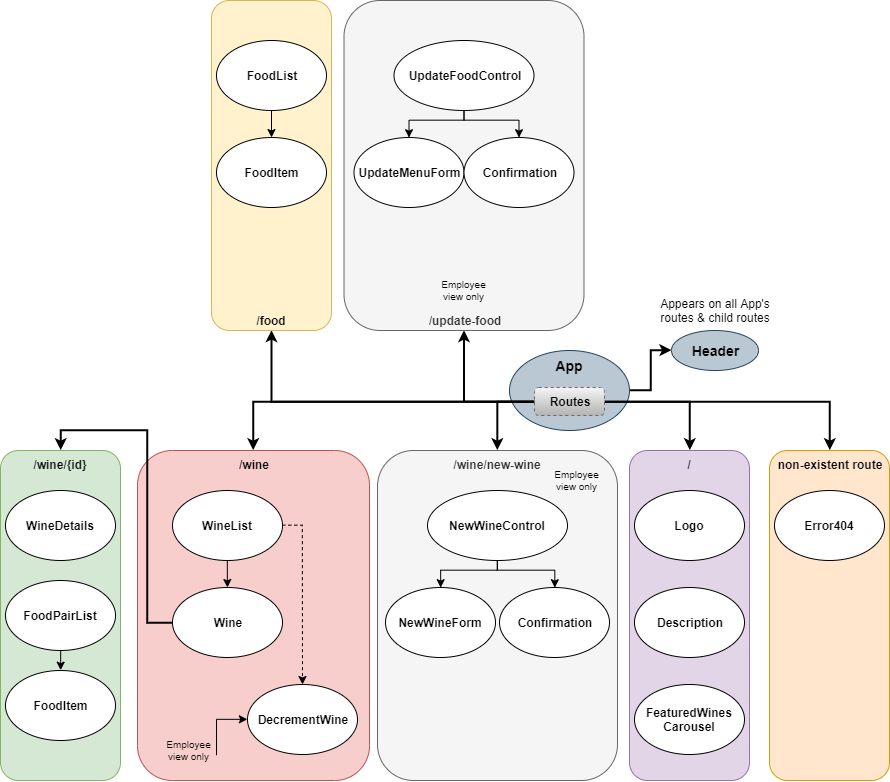
Before: src/assets/references/Why-Not-Wine_Route-Structure.png, a diagram exported from draw.io (christinelfrank16/why-not-wine). Source tidied: cells renumbered, new cells last; positions are measured from the earlier drawing's top-left corner, leaving out a move shared by most shapes.
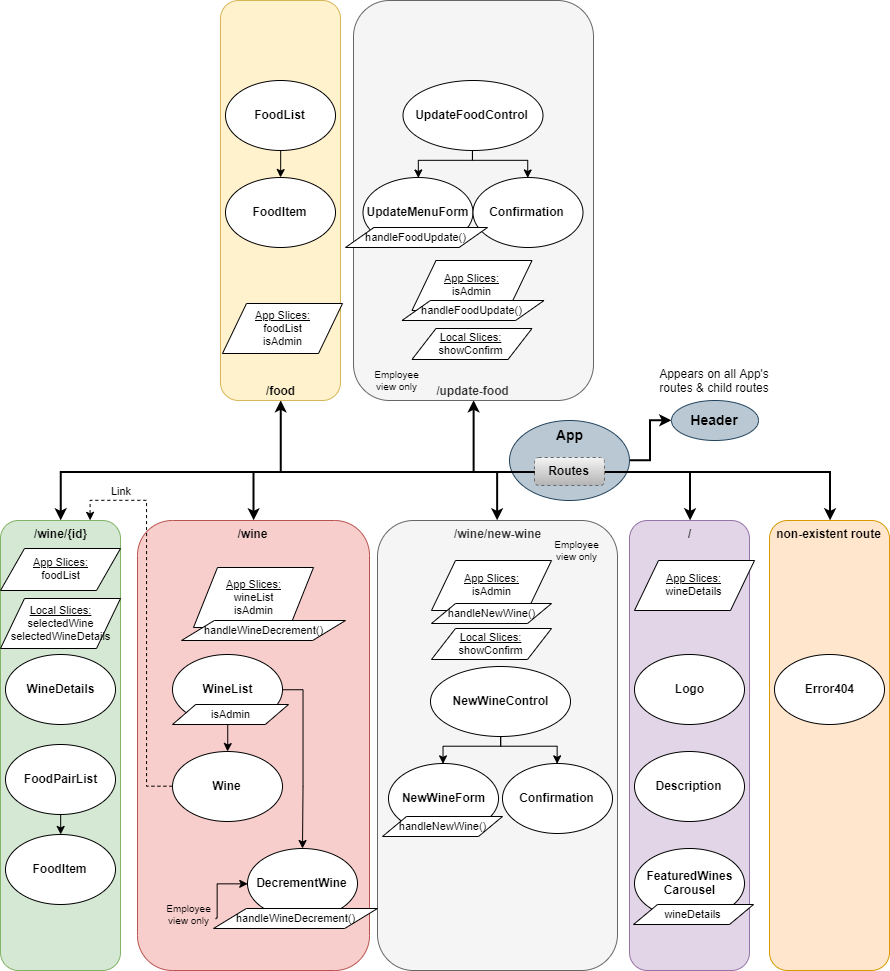
Later version of the same file.

Commit message:
Add indicators where state slices will be used in route structure image. Remove unnecessary selectedwineid prop from data structure img.

Change to the diagram source:
```diff
@@ -30,126 +30,127 @@
       <mxGeometry x="534" y="387" width="70" height="28" as="geometry" />
     </mxCell>
     <mxCell id="11" value="/wine" style="rounded=1;whiteSpace=wrap;html=1;fontStyle=1;verticalAlign=top;fillColor=#f8cecc;strokeColor=#b85450;" parent="1" vertex="1">
-      <mxGeometry x="137" y="450" width="232" height="330" as="geometry" />
+      <mxGeometry x="137" y="450" width="232" height="450" as="geometry" />
     </mxCell>
     <mxCell id="12" value="/wine/new-wine" style="rounded=1;whiteSpace=wrap;html=1;fontStyle=1;verticalAlign=top;fillColor=#f5f5f5;strokeColor=#666666;fontColor=#333333;" parent="1" vertex="1">
-      <mxGeometry x="377" y="450" width="240" height="330" as="geometry" />
+      <mxGeometry x="377" y="450" width="240" height="450" as="geometry" />
     </mxCell>
     <mxCell id="13" value="/food" style="rounded=1;whiteSpace=wrap;html=1;fontStyle=1;verticalAlign=bottom;fillColor=#fff2cc;strokeColor=#d6b656;" parent="1" vertex="1">
-      <mxGeometry x="211" width="120" height="330" as="geometry" />
+      <mxGeometry x="220" y="-70" width="120" height="400" as="geometry" />
     </mxCell>
     <mxCell id="14" value="non-existent route" style="rounded=1;whiteSpace=wrap;html=1;verticalAlign=top;fontStyle=1;labelBackgroundColor=#FFE6CC;fillColor=#ffe6cc;strokeColor=#d79b00;" parent="1" vertex="1">
-      <mxGeometry x="769" y="450" width="120" height="330" as="geometry" />
+      <mxGeometry x="769" y="450" width="120" height="450" as="geometry" />
     </mxCell>
     <mxCell id="15" value="Error404" style="ellipse;whiteSpace=wrap;html=1;fontStyle=1;" parent="1" vertex="1">
-      <mxGeometry x="774" y="490" width="110" height="70" as="geometry" />
+      <mxGeometry x="774" y="584" width="110" height="70" as="geometry" />
     </mxCell>
     <mxCell id="16" value="/" style="rounded=1;whiteSpace=wrap;html=1;fontStyle=1;verticalAlign=top;fillColor=#e1d5e7;strokeColor=#9673a6;" parent="1" vertex="1">
-      <mxGeometry x="629" y="450" width="120" height="330" as="geometry" />
+      <mxGeometry x="629" y="450" width="120" height="450" as="geometry" />
     </mxCell>
     <mxCell id="17" style="edgeStyle=orthogonalEdgeStyle;rounded=0;jettySize=auto;html=1;exitX=0.5;exitY=1;exitDx=0;exitDy=0;" parent="1" edge="1" source="19" target="21">
       <mxGeometry relative="1" as="geometry" />
     </mxCell>
-    <mxCell id="18" style="edgeStyle=orthogonalEdgeStyle;rounded=0;jettySize=auto;html=1;exitX=1;exitY=0.5;exitDx=0;exitDy=0;strokeWidth=1;fontSize=12;dashed=1;" parent="1" edge="1" source="19" target="45">
+    <mxCell id="18" style="edgeStyle=orthogonalEdgeStyle;rounded=0;jettySize=auto;html=1;exitX=1;exitY=0.5;exitDx=0;exitDy=0;strokeWidth=1;fontSize=12;" parent="1" edge="1" source="19" target="45">
       <mxGeometry relative="1" as="geometry" />
     </mxCell>
     <mxCell id="19" value="WineList" style="ellipse;whiteSpace=wrap;html=1;fontStyle=1;" parent="1" vertex="1">
-      <mxGeometry x="172" y="490" width="110" height="70" as="geometry" />
+      <mxGeometry x="172" y="584" width="110" height="70" as="geometry" />
     </mxCell>
-    <mxCell id="20" style="edgeStyle=orthogonalEdgeStyle;rounded=0;jettySize=auto;html=1;exitX=0;exitY=0.5;exitDx=0;exitDy=0;entryX=0.5;entryY=0;entryDx=0;entryDy=0;fontSize=12;strokeWidth=2;" parent="1" edge="1" source="21" target="22">
+    <mxCell id="20" style="edgeStyle=orthogonalEdgeStyle;rounded=0;jettySize=auto;html=1;exitX=0;exitY=0.5;exitDx=0;exitDy=0;entryX=0.5;entryY=0;entryDx=0;entryDy=0;fontSize=12;strokeWidth=2;" parent="1" edge="1" source="10" target="22">
       <mxGeometry relative="1" as="geometry">
         <Array as="points">
-          <mxPoint x="147" y="622" />
-          <mxPoint x="147" y="430" />
-          <mxPoint x="60" y="430" />
+          <mxPoint x="60" y="402" />
         </Array>
       </mxGeometry>
     </mxCell>
+    <mxCell id="51" style="edgeStyle=orthogonalEdgeStyle;rounded=0;jettySize=auto;html=1;exitX=0;exitY=0.5;exitDx=0;exitDy=0;entryX=0.75;entryY=0;entryDx=0;entryDy=0;fontSize=11;dashed=1;" parent="1" edge="1" source="21" target="22">
+      <mxGeometry relative="1" as="geometry" />
+    </mxCell>
     <mxCell id="21" value="Wine" style="ellipse;whiteSpace=wrap;html=1;fontStyle=1;" parent="1" vertex="1">
-      <mxGeometry x="172" y="587" width="110" height="70" as="geometry" />
+      <mxGeometry x="172" y="681" width="110" height="70" as="geometry" />
     </mxCell>
     <mxCell id="22" value="/wine/{id}" style="rounded=1;whiteSpace=wrap;html=1;fontStyle=1;verticalAlign=top;fillColor=#d5e8d4;strokeColor=#82b366;" parent="1" vertex="1">
-      <mxGeometry y="450" width="120" height="330" as="geometry" />
+      <mxGeometry y="450" width="120" height="450" as="geometry" />
     </mxCell>
     <mxCell id="23" value="WineDetails" style="ellipse;whiteSpace=wrap;html=1;fontStyle=1;" parent="1" vertex="1">
-      <mxGeometry x="5" y="490" width="110" height="70" as="geometry" />
+      <mxGeometry x="5" y="584" width="110" height="70" as="geometry" />
     </mxCell>
     <mxCell id="24" style="edgeStyle=orthogonalEdgeStyle;rounded=0;jettySize=auto;html=1;exitX=0.5;exitY=1;exitDx=0;exitDy=0;entryX=0.5;entryY=0;entryDx=0;entryDy=0;" parent="1" edge="1" source="25" target="26">
       <mxGeometry relative="1" as="geometry" />
     </mxCell>
     <mxCell id="25" value="FoodPairList" style="ellipse;whiteSpace=wrap;html=1;fontStyle=1;" parent="1" vertex="1">
-      <mxGeometry x="5" y="580" width="110" height="70" as="geometry" />
+      <mxGeometry x="5" y="674" width="110" height="70" as="geometry" />
     </mxCell>
     <mxCell id="26" value="FoodItem" style="ellipse;whiteSpace=wrap;html=1;fontStyle=1;" parent="1" vertex="1">
-      <mxGeometry x="5" y="670" width="110" height="70" as="geometry" />
+      <mxGeometry x="5" y="764" width="110" height="70" as="geometry" />
     </mxCell>
     <mxCell id="27" style="edgeStyle=orthogonalEdgeStyle;rounded=0;jettySize=auto;html=1;exitX=0.5;exitY=1;exitDx=0;exitDy=0;entryX=0.5;entryY=0;entryDx=0;entryDy=0;" parent="1" edge="1" source="29" target="30">
       <mxGeometry relative="1" as="geometry">
         <Array as="points">
-          <mxPoint x="497" y="570" />
-          <mxPoint x="440" y="570" />
+          <mxPoint x="500" y="676" />
+          <mxPoint x="443" y="676" />
         </Array>
       </mxGeometry>
     </mxCell>
     <mxCell id="28" style="edgeStyle=orthogonalEdgeStyle;rounded=0;jettySize=auto;html=1;exitX=0.5;exitY=1;exitDx=0;exitDy=0;entryX=0.5;entryY=0;entryDx=0;entryDy=0;" parent="1" edge="1" source="29" target="31">
       <mxGeometry relative="1" as="geometry">
         <Array as="points">
-          <mxPoint x="497" y="570" />
-          <mxPoint x="554" y="570" />
+          <mxPoint x="500" y="676" />
+          <mxPoint x="557" y="676" />
         </Array>
       </mxGeometry>
     </mxCell>
     <mxCell id="29" value="NewWineControl" style="ellipse;whiteSpace=wrap;html=1;fontStyle=1;" parent="1" vertex="1">
-      <mxGeometry x="427" y="490" width="140" height="70" as="geometry" />
+      <mxGeometry x="430" y="596" width="140" height="70" as="geometry" />
     </mxCell>
     <mxCell id="30" value="NewWineForm" style="ellipse;whiteSpace=wrap;html=1;fontStyle=1;" parent="1" vertex="1">
-      <mxGeometry x="385" y="587" width="110" height="70" as="geometry" />
+      <mxGeometry x="388" y="693" width="110" height="70" as="geometry" />
     </mxCell>
     <mxCell id="31" value="Confirmation" style="ellipse;whiteSpace=wrap;html=1;fontStyle=1;" parent="1" vertex="1">
-      <mxGeometry x="499" y="587" width="110" height="70" as="geometry" />
+      <mxGeometry x="502" y="693" width="110" height="70" as="geometry" />
     </mxCell>
     <mxCell id="32" style="edgeStyle=orthogonalEdgeStyle;rounded=0;jettySize=auto;html=1;exitX=0.5;exitY=1;exitDx=0;exitDy=0;" parent="1" edge="1" source="33" target="34">
       <mxGeometry relative="1" as="geometry" />
     </mxCell>
     <mxCell id="33" value="FoodList" style="ellipse;whiteSpace=wrap;html=1;fontStyle=1;" parent="1" vertex="1">
-      <mxGeometry x="216" y="40" width="110" height="70" as="geometry" />
+      <mxGeometry x="225" y="10" width="110" height="70" as="geometry" />
     </mxCell>
     <mxCell id="34" value="FoodItem" style="ellipse;whiteSpace=wrap;html=1;fontStyle=1;" parent="1" vertex="1">
-      <mxGeometry x="216" y="137" width="110" height="70" as="geometry" />
+      <mxGeometry x="225" y="107" width="110" height="70" as="geometry" />
     </mxCell>
     <mxCell id="35" value="Description" style="ellipse;whiteSpace=wrap;html=1;fontStyle=1;" parent="1" vertex="1">
-      <mxGeometry x="634" y="587" width="110" height="70" as="geometry" />
+      <mxGeometry x="634" y="681" width="110" height="70" as="geometry" />
     </mxCell>
     <mxCell id="36" value="/update-food" style="rounded=1;whiteSpace=wrap;html=1;fontStyle=1;verticalAlign=bottom;fillColor=#f5f5f5;strokeColor=#666666;fontColor=#333333;" parent="1" vertex="1">
-      <mxGeometry x="343.5" width="240" height="330" as="geometry" />
+      <mxGeometry x="353" y="-70" width="240" height="400" as="geometry" />
     </mxCell>
     <mxCell id="37" style="edgeStyle=orthogonalEdgeStyle;rounded=0;jettySize=auto;html=1;exitX=0.5;exitY=1;exitDx=0;exitDy=0;entryX=0.5;entryY=0;entryDx=0;entryDy=0;" parent="1" edge="1" source="39" target="40">
       <mxGeometry relative="1" as="geometry">
         <Array as="points">
-          <mxPoint x="463.5" y="120" />
-          <mxPoint x="408.5" y="120" />
+          <mxPoint x="472.5" y="90" />
+          <mxPoint x="417.5" y="90" />
         </Array>
       </mxGeometry>
     </mxCell>
     <mxCell id="38" style="edgeStyle=orthogonalEdgeStyle;rounded=0;jettySize=auto;html=1;exitX=0.5;exitY=1;exitDx=0;exitDy=0;entryX=0.5;entryY=0;entryDx=0;entryDy=0;" parent="1" edge="1" source="39" target="41">
       <mxGeometry relative="1" as="geometry">
         <Array as="points">
-          <mxPoint x="463.5" y="120" />
-          <mxPoint x="518.5" y="120" />
+          <mxPoint x="472.5" y="90" />
+          <mxPoint x="527.5" y="90" />
         </Array>
       </mxGeometry>
     </mxCell>
     <mxCell id="39" value="UpdateFoodControl" style="ellipse;whiteSpace=wrap;html=1;fontStyle=1;" parent="1" vertex="1">
-      <mxGeometry x="393.5" y="40" width="140" height="70" as="geometry" />
+      <mxGeometry x="402.5" y="10" width="140" height="70" as="geometry" />
     </mxCell>
     <mxCell id="40" value="UpdateMenuForm" style="ellipse;whiteSpace=wrap;html=1;fontStyle=1;" parent="1" vertex="1">
-      <mxGeometry x="353.5" y="137" width="110" height="70" as="geometry" />
+      <mxGeometry x="362.5" y="107" width="110" height="70" as="geometry" />
     </mxCell>
     <mxCell id="41" value="Confirmation" style="ellipse;whiteSpace=wrap;html=1;fontStyle=1;" parent="1" vertex="1">
-      <mxGeometry x="463.5" y="137" width="110" height="70" as="geometry" />
+      <mxGeometry x="472.5" y="107" width="110" height="70" as="geometry" />
     </mxCell>
     <mxCell id="42" value="Logo" style="ellipse;whiteSpace=wrap;html=1;fontStyle=1;" parent="1" vertex="1">
-      <mxGeometry x="634" y="490" width="110" height="70" as="geometry" />
+      <mxGeometry x="634" y="584" width="110" height="70" as="geometry" />
     </mxCell>
     <mxCell id="43" value="Header" style="ellipse;whiteSpace=wrap;html=1;fontStyle=1;verticalAlign=middle;fontSize=14;fillColor=#bac8d3;strokeColor=#23445d;" parent="1" vertex="1">
       <mxGeometry x="671" y="330" width="87" height="40" as="geometry" />
@@ -158,27 +159,81 @@
       <mxGeometry x="658.5" y="300" width="112" height="20" as="geometry" />
     </mxCell>
     <mxCell id="45" value="DecrementWine" style="ellipse;whiteSpace=wrap;html=1;fontStyle=1;" parent="1" vertex="1">
-      <mxGeometry x="247" y="684" width="110" height="70" as="geometry" />
+      <mxGeometry x="247" y="778" width="110" height="70" as="geometry" />
     </mxCell>
     <mxCell id="46" style="edgeStyle=orthogonalEdgeStyle;rounded=0;jettySize=auto;html=1;exitX=1;exitY=0.75;exitDx=0;exitDy=0;entryX=0;entryY=0.5;entryDx=0;entryDy=0;fontSize=10;" parent="1" edge="1" source="47" target="45">
       <mxGeometry relative="1" as="geometry">
         <Array as="points">
-          <mxPoint x="217" y="754" />
-          <mxPoint x="217" y="719" />
+          <mxPoint x="217" y="848" />
+          <mxPoint x="217" y="813" />
         </Array>
       </mxGeometry>
     </mxCell>
     <mxCell id="47" value="Employee view only" style="text;html=1;strokeColor=none;fillColor=none;align=center;verticalAlign=middle;whiteSpace=wrap;rounded=0;fontSize=10;" parent="1" vertex="1">
-      <mxGeometry x="161" y="740" width="55" height="20" as="geometry" />
+      <mxGeometry x="161" y="834" width="55" height="20" as="geometry" />
     </mxCell>
     <mxCell id="48" value="Employee view only" style="text;html=1;strokeColor=none;fillColor=none;align=center;verticalAlign=middle;whiteSpace=wrap;rounded=0;fontSize=10;" parent="1" vertex="1">
-      <mxGeometry x="436" y="280" width="55" height="20" as="geometry" />
+      <mxGeometry x="369" y="300" width="55" height="20" as="geometry" />
     </mxCell>
     <mxCell id="49" value="Employee view only" style="text;html=1;strokeColor=none;fillColor=none;align=center;verticalAlign=middle;whiteSpace=wrap;rounded=0;fontSize=10;" parent="1" vertex="1">
       <mxGeometry x="549" y="470" width="55" height="20" as="geometry" />
     </mxCell>
     <mxCell id="50" value="FeaturedWines&lt;br&gt;Carousel" style="ellipse;whiteSpace=wrap;html=1;fontStyle=1;" parent="1" vertex="1">
-      <mxGeometry x="634" y="684" width="110" height="70" as="geometry" />
+      <mxGeometry x="634" y="778" width="110" height="70" as="geometry" />
     </mxCell>
+    <mxCell id="52" value="&lt;u&gt;Local Slices:&lt;/u&gt;&lt;br&gt;selectedWine&lt;br&gt;selectedWineDetails" style="shape=parallelogram;perimeter=parallelogramPerimeter;whiteSpace=wrap;html=1;fontSize=11;" parent="1" vertex="1">
+      <mxGeometry y="528" width="120" height="50" as="geometry" />
+    </mxCell>
+    <mxCell id="53" value="&lt;u&gt;App Slices:&lt;br&gt;&lt;/u&gt;wineList&lt;br&gt;isAdmin" style="shape=parallelogram;perimeter=parallelogramPerimeter;whiteSpace=wrap;html=1;fontSize=11;" parent="1" vertex="1">
+      <mxGeometry x="193" y="497" width="120" height="60" as="geometry" />
+    </mxCell>
+    <mxCell id="54" value="&lt;u&gt;App Slices:&lt;br&gt;&lt;/u&gt;isAdmin" style="shape=parallelogram;perimeter=parallelogramPerimeter;whiteSpace=wrap;html=1;fontSize=11;" parent="1" vertex="1">
+      <mxGeometry x="431" y="490" width="120" height="50" as="geometry" />
+    </mxCell>
+    <mxCell id="55" value="Link" style="text;html=1;strokeColor=none;fillColor=none;align=center;verticalAlign=middle;whiteSpace=wrap;rounded=0;fontSize=11;" parent="1" vertex="1">
+      <mxGeometry x="100" y="410" width="40" height="20" as="geometry" />
+    </mxCell>
+    <mxCell id="56" value="handleNewWine()" style="shape=parallelogram;perimeter=parallelogramPerimeter;whiteSpace=wrap;html=1;fontSize=11;" parent="1" vertex="1">
+      <mxGeometry x="431" y="533" width="120" height="20" as="geometry" />
+    </mxCell>
+    <mxCell id="57" value="&lt;u&gt;App Slices:&lt;br&gt;&lt;/u&gt;wineDetails" style="shape=parallelogram;perimeter=parallelogramPerimeter;whiteSpace=wrap;html=1;fontSize=11;" parent="1" vertex="1">
+      <mxGeometry x="634" y="490" width="120" height="50" as="geometry" />
+    </mxCell>
+    <mxCell id="58" value="handleNewWine()" style="shape=parallelogram;perimeter=parallelogramPerimeter;whiteSpace=wrap;html=1;fontSize=11;" parent="1" vertex="1">
+      <mxGeometry x="382" y="746" width="120" height="20" as="geometry" />
+    </mxCell>
+    <mxCell id="59" value="wineDetails" style="shape=parallelogram;perimeter=parallelogramPerimeter;whiteSpace=wrap;html=1;fontSize=11;" parent="1" vertex="1">
+      <mxGeometry x="633" y="834" width="120" height="20" as="geometry" />
+    </mxCell>
+    <mxCell id="60" value="&lt;u&gt;App Slices:&lt;br&gt;&lt;/u&gt;foodList" style="shape=parallelogram;perimeter=parallelogramPerimeter;whiteSpace=wrap;html=1;fontSize=11;" parent="1" vertex="1">
+      <mxGeometry y="478" width="120" height="42" as="geometry" />
+    </mxCell>
+    <mxCell id="61" value="handleWineDecrement()" style="shape=parallelogram;perimeter=parallelogramPerimeter;whiteSpace=wrap;html=1;fontSize=11;" parent="1" vertex="1">
+      <mxGeometry x="181" y="550" width="164" height="20" as="geometry" />
+    </mxCell>
+    <mxCell id="62" value="handleWineDecrement()" style="shape=parallelogram;perimeter=parallelogramPerimeter;whiteSpace=wrap;html=1;fontSize=11;" parent="1" vertex="1">
+      <mxGeometry x="213" y="838" width="164" height="20" as="geometry" />
+    </mxCell>
+    <mxCell id="63" value="isAdmin" style="shape=parallelogram;perimeter=parallelogramPerimeter;whiteSpace=wrap;html=1;fontSize=11;" parent="1" vertex="1">
+      <mxGeometry x="172" y="634" width="116" height="20" as="geometry" />
+    </mxCell>
+    <mxCell id="64" value="&lt;u&gt;Local Slices:&lt;/u&gt;&lt;br&gt;showConfirm" style="shape=parallelogram;perimeter=parallelogramPerimeter;whiteSpace=wrap;html=1;fontSize=11;" parent="1" vertex="1">
+      <mxGeometry x="431" y="558" width="120" height="31" as="geometry" />
+    </mxCell>
+    <mxCell id="65" value="&lt;u&gt;App Slices:&lt;br&gt;&lt;/u&gt;isAdmin" style="shape=parallelogram;perimeter=parallelogramPerimeter;whiteSpace=wrap;html=1;fontSize=11;" parent="1" vertex="1">
+      <mxGeometry x="411.5" y="190" width="120" height="50" as="geometry" />
+    </mxCell>
+    <mxCell id="66" value="handleFoodUpdate()" style="shape=parallelogram;perimeter=parallelogramPerimeter;whiteSpace=wrap;html=1;fontSize=11;" parent="1" vertex="1">
+      <mxGeometry x="401.5" y="230" width="142" height="20" as="geometry" />
+    </mxCell>
+    <mxCell id="67" value="&lt;u&gt;Local Slices:&lt;/u&gt;&lt;br&gt;showConfirm" style="shape=parallelogram;perimeter=parallelogramPerimeter;whiteSpace=wrap;html=1;fontSize=11;" parent="1" vertex="1">
+      <mxGeometry x="411.5" y="258" width="120" height="31" as="geometry" />
+    </mxCell>
+    <mxCell id="68" value="&lt;u&gt;App Slices:&lt;br&gt;&lt;/u&gt;foodList&lt;br&gt;isAdmin" style="shape=parallelogram;perimeter=parallelogramPerimeter;whiteSpace=wrap;html=1;fontSize=11;" parent="1" vertex="1">
+      <mxGeometry x="222" y="233" width="120" height="50" as="geometry" />
+    </mxCell>
+    <mxCell id="69" value="handleFoodUpdate()" style="shape=parallelogram;perimeter=parallelogramPerimeter;whiteSpace=wrap;html=1;fontSize=11;" parent="1" vertex="1">
+      <mxGeometry x="345" y="157" width="142" height="20" as="geometry" />
+    </mxCell>
   </root>
 </mxGraphModel>
```
